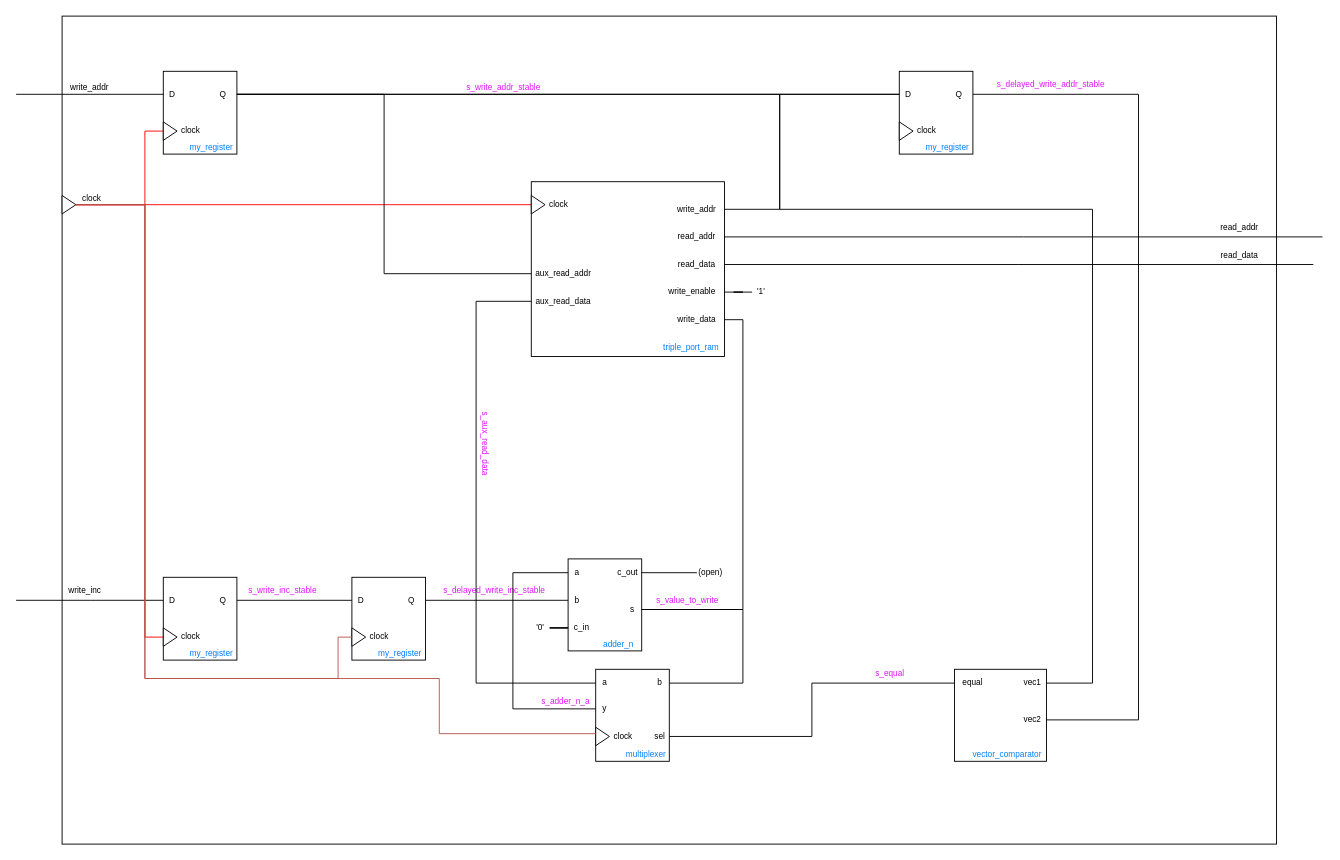
The draw.io diagram diagrams/accumulator_pipeline.drawio in gabrielcosta99/AAD10-project2, before the edit. Source tidied: cells renumbered, new cells numbered last; positions are measured from the earlier drawing's top-left corner, leaving out a move shared by most shapes. Both pictures are drawn from the tidied source at 92%, with x=0, y=0 at pixel (16, 16).
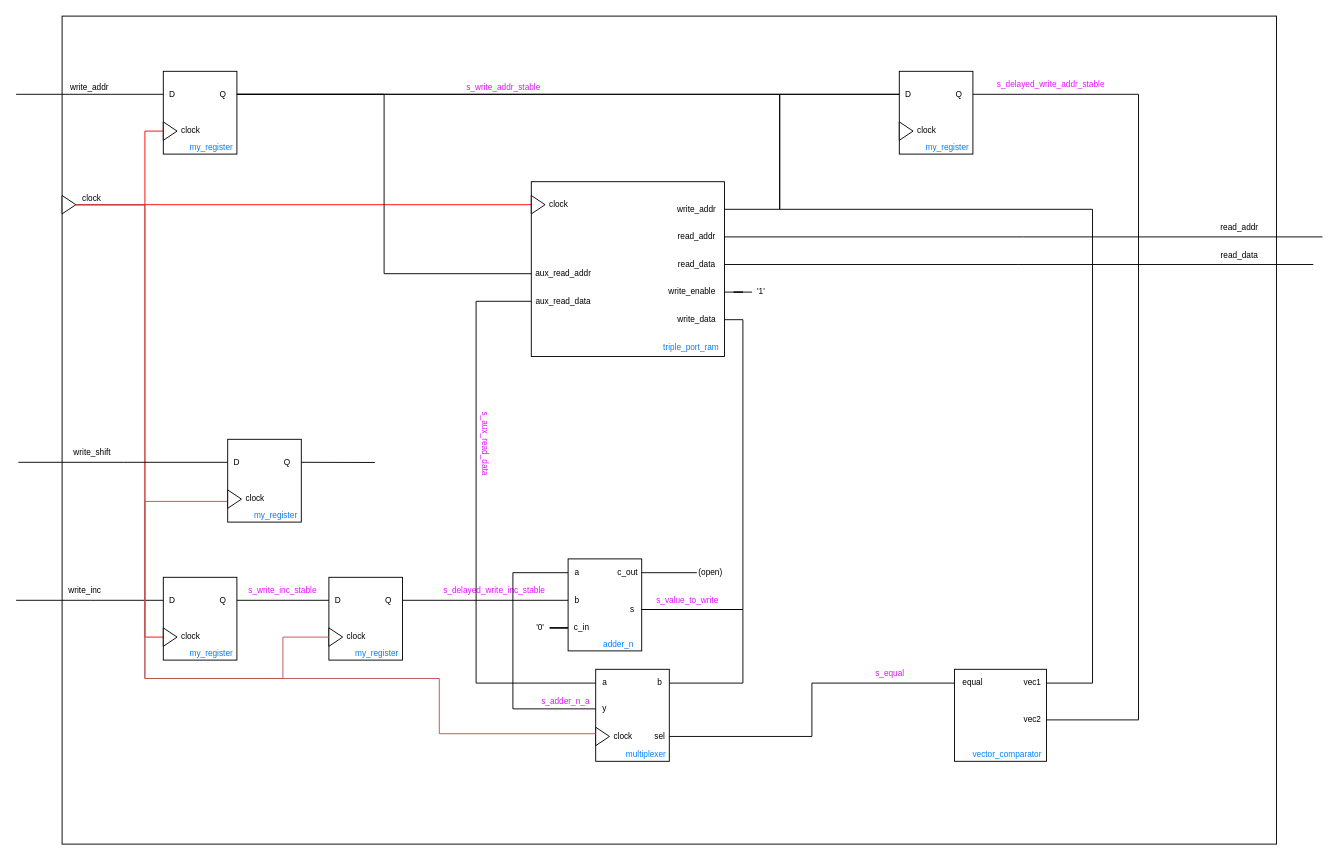
The same diagram, later.

The change refers to these unchanged cells:
```xml
<mxCell id="11" style="triangle;whiteSpace=wrap;html=1;" parent="1" vertex="1">
  <mxGeometry x="50" y="195" width="15" height="20" as="geometry" />
</mxCell>
<mxCell id="48" style="triangle;whiteSpace=wrap;html=1;" parent="45" vertex="1">
  <mxGeometry y="55" width="15" height="20" as="geometry" />
</mxCell>
<mxCell id="91" style="triangle;whiteSpace=wrap;html=1;" parent="84" vertex="1">
  <mxGeometry y="63" width="15" height="20" as="geometry" />
</mxCell>
```

The edit, as a diff of the source:
```diff
@@
     <mxCell id="45" style="group;" parent="1" vertex="1">
-      <mxGeometry x="365" y="610" width="80" height="98" as="geometry" />
+      <mxGeometry x="340" y="610" width="80" height="98" as="geometry" />
     </mxCell>
@@
     <mxCell id="95" style="edgeStyle=orthogonalEdgeStyle;rounded=0;jettySize=auto;html=1;entryX=1;entryY=0.5;entryDx=0;entryDy=0;endArrow=none;endFill=0;fillColor=#f8cecc;strokeColor=#b85450;" parent="1" edge="1" source="48" target="11">
       <mxGeometry relative="1" as="geometry">
         <Array as="points">
-          <mxPoint x="350" y="675" />
-          <mxPoint x="350" y="720" />
+          <mxPoint x="290" y="675" />
+          <mxPoint x="290" y="720" />
           <mxPoint x="140" y="720" />
           <mxPoint x="140" y="205" />
         </Array>
       </mxGeometry>
     </mxCell>
-    <mxCell id="96" style="edgeStyle=orthogonalEdgeStyle;rounded=0;jettySize=auto;html=1;entryX=1;entryY=0.5;entryDx=0;entryDy=0;endArrow=none;endFill=0;fillColor=#f8cecc;strokeColor=#b85450;" parent="1" edge="1" source="91" target="11">
+    <mxCell id="96" style="edgeStyle=orthogonalEdgeStyle;rounded=0;jettySize=auto;html=1;entryX=0;entryY=0.75;entryDx=0;entryDy=0;endArrow=none;endFill=0;fillColor=#f8cecc;strokeColor=#b85450;" parent="1" edge="1" source="91" target="108">
       <mxGeometry relative="1" as="geometry">
         <Array as="points">
           <mxPoint x="460" y="780" />
           <mxPoint x="460" y="720" />
           <mxPoint x="140" y="720" />
-          <mxPoint x="140" y="205" />
+          <mxPoint x="140" y="527" />
         </Array>
       </mxGeometry>
     </mxCell>
@@
+    <mxCell id="107" style="group;" parent="1" vertex="1">
+      <mxGeometry x="230" y="460" width="80" height="98" as="geometry" />
+    </mxCell>
+    <mxCell id="108" style="rounded=0;whiteSpace=wrap;html=1;" parent="107" vertex="1">
+      <mxGeometry width="80" height="90" as="geometry" />
+    </mxCell>
+    <mxCell id="109" value="Q" style="text;html=1;align=center;verticalAlign=middle;whiteSpace=wrap;rounded=0;fontSize=9;" parent="107" vertex="1">
+      <mxGeometry x="50" y="10" width="30" height="30" as="geometry" />
+    </mxCell>
+    <mxCell id="110" style="triangle;whiteSpace=wrap;html=1;" parent="107" vertex="1">
+      <mxGeometry y="55" width="15" height="20" as="geometry" />
+    </mxCell>
+    <mxCell id="111" value="D" style="text;html=1;align=center;verticalAlign=middle;whiteSpace=wrap;rounded=0;fontSize=9;" parent="107" vertex="1">
+      <mxGeometry y="10" width="20" height="30" as="geometry" />
+    </mxCell>
+    <mxCell id="112" value="clock" style="text;html=1;align=center;verticalAlign=middle;whiteSpace=wrap;rounded=0;fontSize=9;" parent="107" vertex="1">
+      <mxGeometry x="10" y="50" width="40" height="30" as="geometry" />
+    </mxCell>
+    <mxCell id="113" value="my_register" style="text;html=1;align=center;verticalAlign=middle;whiteSpace=wrap;rounded=0;fontSize=9;fontColor=#007FFF;" parent="107" vertex="1">
+      <mxGeometry x="25" y="68" width="55" height="30" as="geometry" />
+    </mxCell>
+    <mxCell id="114" style="edgeStyle=orthogonalEdgeStyle;rounded=0;jettySize=auto;html=1;endArrow=none;endFill=0;" parent="1" edge="1" source="111">
+      <mxGeometry relative="1" as="geometry">
+        <mxPoint x="2.5" y="485" as="targetPoint" />
+      </mxGeometry>
+    </mxCell>
+    <mxCell id="115" value="&lt;div&gt;write_shift&lt;/div&gt;" style="text;html=1;align=center;verticalAlign=middle;whiteSpace=wrap;rounded=0;fontSize=9;" parent="1" vertex="1">
+      <mxGeometry x="52.5" y="460" width="60" height="30" as="geometry" />
+    </mxCell>
+    <mxCell id="116" style="edgeStyle=none;html=1;exitX=1;exitY=0.5;exitDx=0;exitDy=0;endArrow=none;endFill=0;" parent="1" edge="1" source="109">
+      <mxGeometry relative="1" as="geometry">
+        <mxPoint x="390" y="485.2" as="targetPoint" />
+      </mxGeometry>
+    </mxCell>
```
